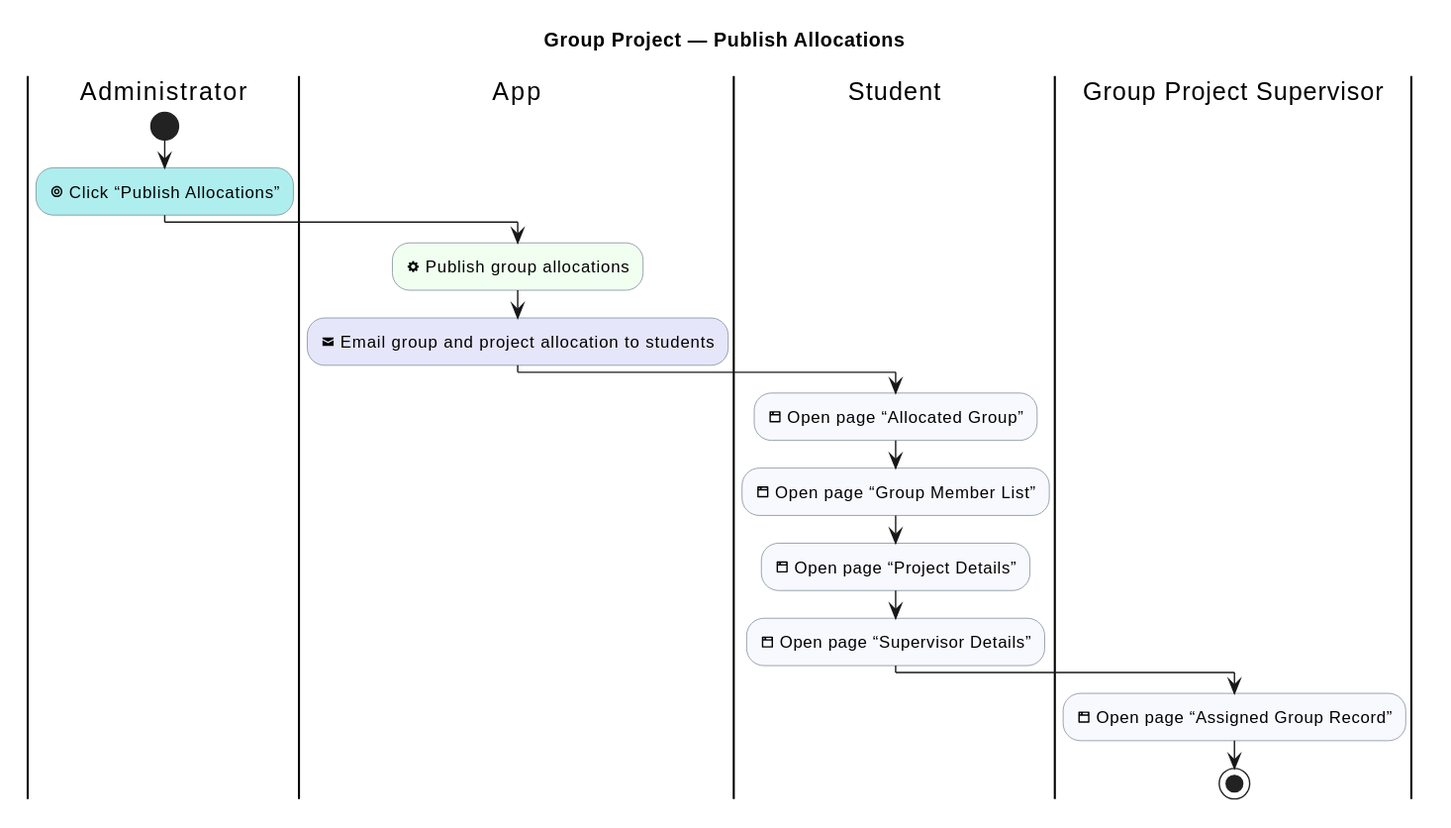
This is industrial-placement-group-project/diagrams/group-project/allocation-publication-and-access.svg from sdflkjssl/sdflkjssl.github.io, a PlantUML export, as it was before one commit.
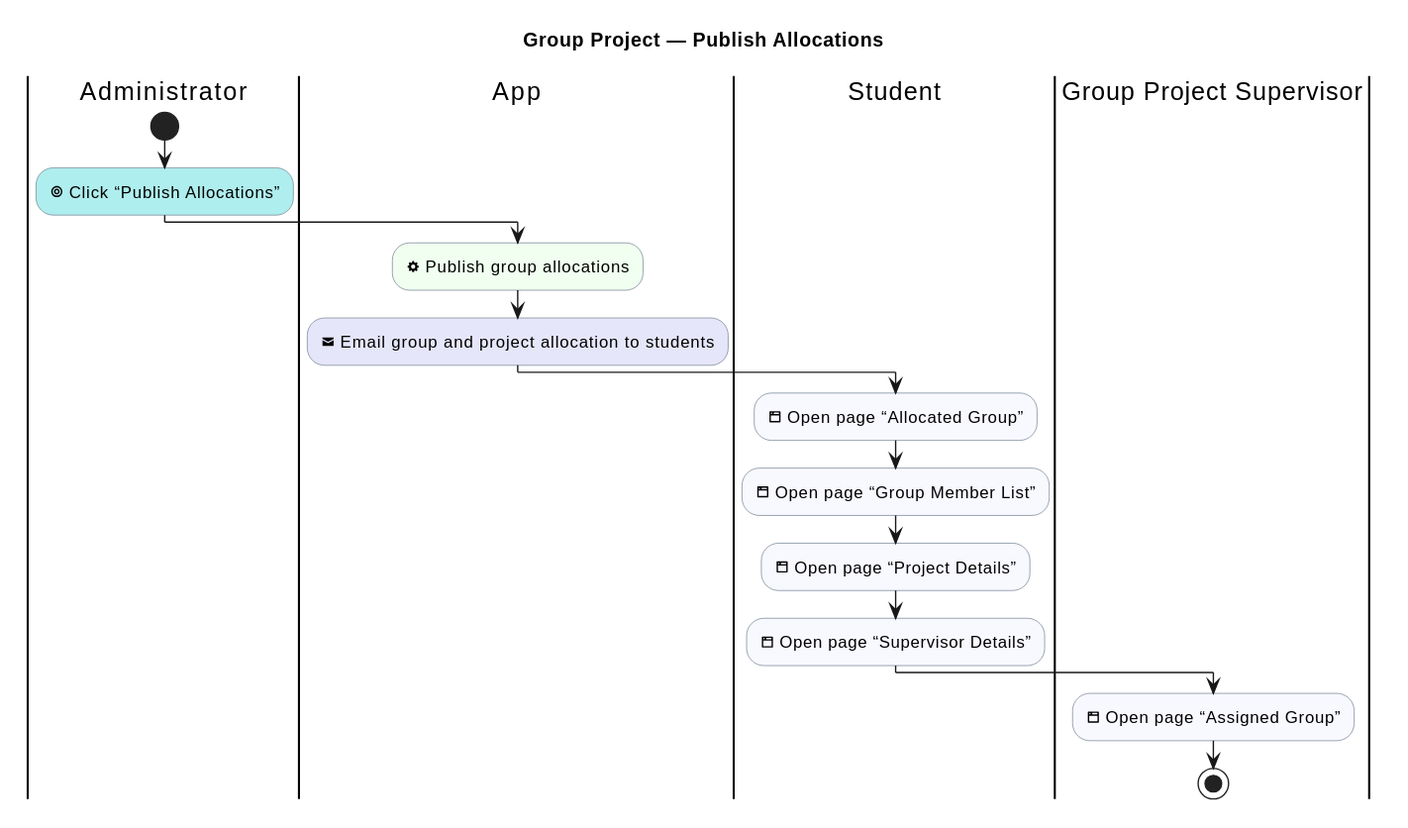
The same file after the commit.

What changed in the source:
```diff
@@ -24,6 +24,6 @@
 :<&browser> Open page “Project Details”; <<#GhostWhite>>
 :<&browser> Open page “Supervisor Details”; <<#GhostWhite>>
 |Group Project Supervisor|
-:<&browser> Open page “Assigned Group Record”; <<#GhostWhite>>
+:<&browser> Open page “Assigned Group”; <<#GhostWhite>>
 stop
 @enduml
```
